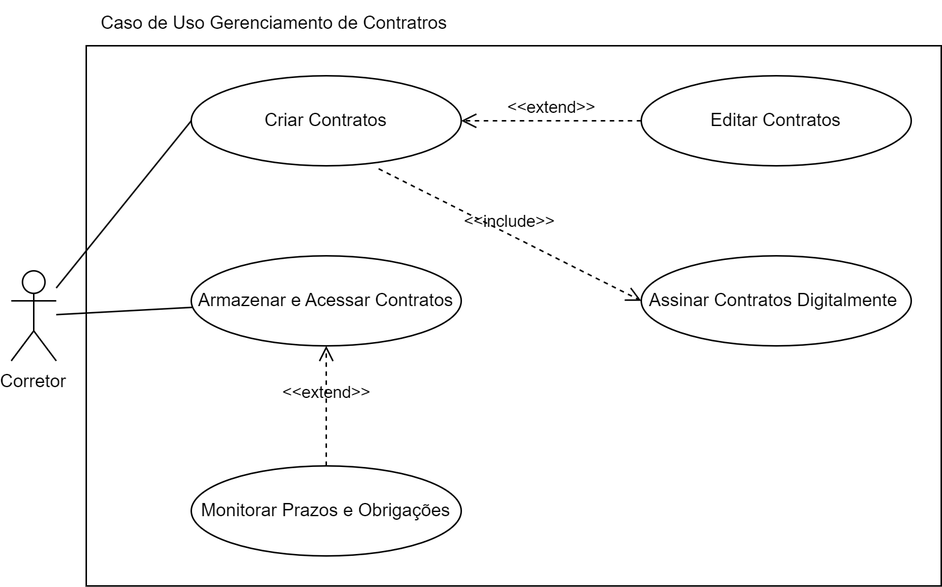
Before: diagrams/casos_de_uso/png/uc_gerenciamento_contratos.drawio.png, a diagram exported from draw.io (israel-bsi/realtyhub). Source tidied: cells renumbered, new cells last; positions are measured from the earlier drawing's top-left corner, leaving out a move shared by most shapes. Its diagram source:
```xml
<mxGraphModel>
  <root>
    <mxCell id="0" />
    <mxCell id="1" parent="0" />
    <mxCell id="2" style="rounded=0;whiteSpace=wrap;html=1;" parent="1" vertex="1">
      <mxGeometry x="50" y="30" width="570" height="360" as="geometry" />
    </mxCell>
    <mxCell id="3" value="Corretor" style="shape=umlActor;verticalLabelPosition=bottom;verticalAlign=top;" parent="1" vertex="1">
      <mxGeometry y="180" width="30" height="60" as="geometry" />
    </mxCell>
    <mxCell id="4" value="Criar Contratos" style="ellipse;whiteSpace=wrap;html=1;" parent="1" vertex="1">
      <mxGeometry x="120" y="50" width="180" height="60" as="geometry" />
    </mxCell>
    <mxCell id="5" value="Assinar Contratos Digitalmente&amp;nbsp;" style="ellipse;whiteSpace=wrap;html=1;" parent="1" vertex="1">
      <mxGeometry x="420" y="170" width="180" height="60" as="geometry" />
    </mxCell>
    <mxCell id="6" value="Armazenar e Acessar Contratos" style="ellipse;whiteSpace=wrap;html=1;" parent="1" vertex="1">
      <mxGeometry x="120" y="170" width="180" height="60" as="geometry" />
    </mxCell>
    <mxCell id="7" value="Monitorar Prazos e Obrigações" style="ellipse;whiteSpace=wrap;html=1;" parent="1" vertex="1">
      <mxGeometry x="120" y="310" width="180" height="60" as="geometry" />
    </mxCell>
    <mxCell id="8" style="endArrow=none;html=1;entryX=0;entryY=0.5;entryDx=0;entryDy=0;" parent="1" edge="1" source="3" target="4">
      <mxGeometry relative="1" as="geometry" />
    </mxCell>
    <mxCell id="9" style="endArrow=none;html=1;" parent="1" edge="1" source="3" target="6">
      <mxGeometry relative="1" as="geometry" />
    </mxCell>
    <mxCell id="10" value="&lt;div&gt;&lt;span style=&quot;background-color: initial;&quot;&gt;Editar Contratos&lt;/span&gt;&lt;br&gt;&lt;/div&gt;" style="ellipse;whiteSpace=wrap;html=1;" parent="1" vertex="1">
      <mxGeometry x="420" y="50" width="180" height="60" as="geometry" />
    </mxCell>
    <mxCell id="11" value="&amp;lt;&amp;lt;extend&amp;gt;&amp;gt;" style="endArrow=open;startArrow=none;endFill=0;startFill=0;endSize=8;html=1;verticalAlign=bottom;dashed=1;labelBackgroundColor=none;rounded=0;exitX=0;exitY=0.5;exitDx=0;exitDy=0;entryX=1;entryY=0.5;entryDx=0;entryDy=0;" parent="1" edge="1" source="10" target="4">
      <mxGeometry relative="1" as="geometry" />
    </mxCell>
    <mxCell id="12" value="&amp;lt;&amp;lt;include&amp;gt;&amp;gt;" style="endArrow=open;startArrow=none;endFill=0;startFill=0;endSize=8;html=1;verticalAlign=bottom;dashed=1;labelBackgroundColor=none;rounded=0;exitX=0.694;exitY=1.033;exitDx=0;exitDy=0;exitPerimeter=0;entryX=0;entryY=0.5;entryDx=0;entryDy=0;" parent="1" edge="1" source="4" target="5">
      <mxGeometry relative="1" as="geometry" />
    </mxCell>
    <mxCell id="13" value="&amp;lt;&amp;lt;extend&amp;gt;&amp;gt;" style="endArrow=open;startArrow=none;endFill=0;startFill=0;endSize=8;html=1;verticalAlign=bottom;dashed=1;labelBackgroundColor=none;rounded=0;exitX=0.5;exitY=0;exitDx=0;exitDy=0;entryX=0.5;entryY=1;entryDx=0;entryDy=0;" parent="1" edge="1" source="7" target="6">
      <mxGeometry relative="1" as="geometry" />
    </mxCell>
    <mxCell id="14" value="Caso de Uso Gerenciamento de Contratros" style="text;html=1;align=center;verticalAlign=middle;strokeColor=none;fillColor=none;" parent="1" vertex="1">
      <mxGeometry x="50" width="250" height="30" as="geometry" />
    </mxCell>
  </root>
</mxGraphModel>
```
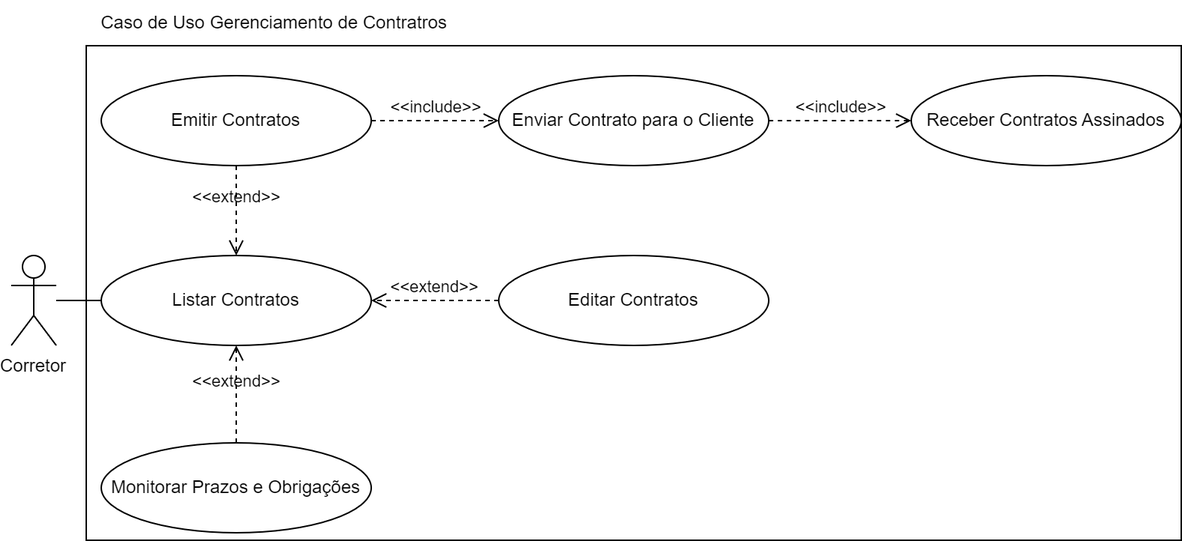
After the change.

Change to the diagram source:
```diff
@@ -2,44 +2,50 @@
   <root>
     <mxCell id="0" />
     <mxCell id="1" parent="0" />
-    <mxCell id="2" style="rounded=0;whiteSpace=wrap;html=1;" parent="1" vertex="1">
-      <mxGeometry x="50" y="30" width="570" height="360" as="geometry" />
-    </mxCell>
+    <mxCell id="15" style="rounded=0;whiteSpace=wrap;html=1;" parent="1" vertex="1">
+      <mxGeometry x="690" y="-60" width="730" height="330" as="geometry" />
+    </mxCell>
     <mxCell id="3" value="Corretor" style="shape=umlActor;verticalLabelPosition=bottom;verticalAlign=top;" parent="1" vertex="1">
-      <mxGeometry y="180" width="30" height="60" as="geometry" />
+      <mxGeometry x="640" y="80" width="30" height="60" as="geometry" />
     </mxCell>
-    <mxCell id="4" value="Criar Contratos" style="ellipse;whiteSpace=wrap;html=1;" parent="1" vertex="1">
-      <mxGeometry x="120" y="50" width="180" height="60" as="geometry" />
-    </mxCell>
-    <mxCell id="5" value="Assinar Contratos Digitalmente&amp;nbsp;" style="ellipse;whiteSpace=wrap;html=1;" parent="1" vertex="1">
-      <mxGeometry x="420" y="170" width="180" height="60" as="geometry" />
-    </mxCell>
-    <mxCell id="6" value="Armazenar e Acessar Contratos" style="ellipse;whiteSpace=wrap;html=1;" parent="1" vertex="1">
-      <mxGeometry x="120" y="170" width="180" height="60" as="geometry" />
-    </mxCell>
+    <mxCell id="16" value="Emitir Contratos" style="ellipse;whiteSpace=wrap;html=1;" parent="1" vertex="1">
+      <mxGeometry x="700" y="-40" width="180" height="60" as="geometry" />
+    </mxCell>
+    <mxCell id="17" value="Enviar Contrato para o Cliente" style="ellipse;whiteSpace=wrap;html=1;" parent="1" vertex="1">
+      <mxGeometry x="965" y="-40" width="180" height="60" as="geometry" />
+    </mxCell>
+    <mxCell id="18" value="Listar Contratos" style="ellipse;whiteSpace=wrap;html=1;" parent="1" vertex="1">
+      <mxGeometry x="700" y="80" width="180" height="60" as="geometry" />
+    </mxCell>
     <mxCell id="7" value="Monitorar Prazos e Obrigações" style="ellipse;whiteSpace=wrap;html=1;" parent="1" vertex="1">
-      <mxGeometry x="120" y="310" width="180" height="60" as="geometry" />
+      <mxGeometry x="700" y="205" width="180" height="60" as="geometry" />
     </mxCell>
-    <mxCell id="8" style="endArrow=none;html=1;entryX=0;entryY=0.5;entryDx=0;entryDy=0;" parent="1" edge="1" source="3" target="4">
-      <mxGeometry relative="1" as="geometry" />
-    </mxCell>
-    <mxCell id="9" style="endArrow=none;html=1;" parent="1" edge="1" source="3" target="6">
-      <mxGeometry relative="1" as="geometry" />
-    </mxCell>
+    <mxCell id="19" style="endArrow=none;html=1;" parent="1" edge="1" source="3" target="18">
+      <mxGeometry relative="1" as="geometry" />
+    </mxCell>
+    <mxCell id="13" value="&amp;lt;&amp;lt;extend&amp;gt;&amp;gt;" style="endArrow=open;startArrow=none;endFill=0;startFill=0;endSize=8;html=1;verticalAlign=bottom;dashed=1;labelBackgroundColor=none;rounded=0;exitX=0.5;exitY=0;exitDx=0;exitDy=0;entryX=0.5;entryY=1;entryDx=0;entryDy=0;" parent="1" edge="1" source="7" target="18">
+      <mxGeometry relative="1" as="geometry" />
+    </mxCell>
+    <mxCell id="14" value="Caso de Uso Gerenciamento de Contratros" style="text;html=1;align=center;verticalAlign=middle;strokeColor=none;fillColor=none;" parent="1" vertex="1">
+      <mxGeometry x="690" y="-90" width="250" height="30" as="geometry" />
+    </mxCell>
+    <mxCell id="20" value="&amp;lt;&amp;lt;extend&amp;gt;&amp;gt;" style="endArrow=open;startArrow=none;endFill=0;startFill=0;endSize=8;html=1;verticalAlign=bottom;dashed=1;labelBackgroundColor=none;rounded=0;exitX=0.5;exitY=1;exitDx=0;exitDy=0;entryX=0.5;entryY=0;entryDx=0;entryDy=0;" parent="1" edge="1" source="16" target="18">
+      <mxGeometry relative="1" as="geometry" />
+    </mxCell>
+    <mxCell id="21" value="&amp;lt;&amp;lt;include&amp;gt;&amp;gt;" style="endArrow=open;startArrow=none;endFill=0;startFill=0;endSize=8;html=1;verticalAlign=bottom;dashed=1;labelBackgroundColor=none;rounded=0;exitX=1;exitY=0.5;exitDx=0;exitDy=0;entryX=0;entryY=0.5;entryDx=0;entryDy=0;" parent="1" edge="1" source="16" target="17">
+      <mxGeometry relative="1" as="geometry" />
+    </mxCell>
+    <mxCell id="22" value="Receber Contratos Assinados" style="ellipse;whiteSpace=wrap;html=1;" parent="1" vertex="1">
+      <mxGeometry x="1240" y="-40" width="180" height="60" as="geometry" />
+    </mxCell>
+    <mxCell id="23" value="&amp;lt;&amp;lt;include&amp;gt;&amp;gt;" style="endArrow=open;startArrow=none;endFill=0;startFill=0;endSize=8;html=1;verticalAlign=bottom;dashed=1;labelBackgroundColor=none;rounded=0;exitX=1;exitY=0.5;exitDx=0;exitDy=0;entryX=0;entryY=0.5;entryDx=0;entryDy=0;" parent="1" edge="1" source="17" target="22">
+      <mxGeometry relative="1" as="geometry" />
+    </mxCell>
     <mxCell id="10" value="&lt;div&gt;&lt;span style=&quot;background-color: initial;&quot;&gt;Editar Contratos&lt;/span&gt;&lt;br&gt;&lt;/div&gt;" style="ellipse;whiteSpace=wrap;html=1;" parent="1" vertex="1">
-      <mxGeometry x="420" y="50" width="180" height="60" as="geometry" />
+      <mxGeometry x="965" y="80" width="180" height="60" as="geometry" />
     </mxCell>
-    <mxCell id="11" value="&amp;lt;&amp;lt;extend&amp;gt;&amp;gt;" style="endArrow=open;startArrow=none;endFill=0;startFill=0;endSize=8;html=1;verticalAlign=bottom;dashed=1;labelBackgroundColor=none;rounded=0;exitX=0;exitY=0.5;exitDx=0;exitDy=0;entryX=1;entryY=0.5;entryDx=0;entryDy=0;" parent="1" edge="1" source="10" target="4">
+    <mxCell id="11" value="&amp;lt;&amp;lt;extend&amp;gt;&amp;gt;" style="endArrow=open;startArrow=none;endFill=0;startFill=0;endSize=8;html=1;verticalAlign=bottom;dashed=1;labelBackgroundColor=none;rounded=0;exitX=0;exitY=0.5;exitDx=0;exitDy=0;entryX=1;entryY=0.5;entryDx=0;entryDy=0;" parent="1" edge="1" source="10" target="18">
       <mxGeometry relative="1" as="geometry" />
     </mxCell>
-    <mxCell id="12" value="&amp;lt;&amp;lt;include&amp;gt;&amp;gt;" style="endArrow=open;startArrow=none;endFill=0;startFill=0;endSize=8;html=1;verticalAlign=bottom;dashed=1;labelBackgroundColor=none;rounded=0;exitX=0.694;exitY=1.033;exitDx=0;exitDy=0;exitPerimeter=0;entryX=0;entryY=0.5;entryDx=0;entryDy=0;" parent="1" edge="1" source="4" target="5">
-      <mxGeometry relative="1" as="geometry" />
-    </mxCell>
-    <mxCell id="13" value="&amp;lt;&amp;lt;extend&amp;gt;&amp;gt;" style="endArrow=open;startArrow=none;endFill=0;startFill=0;endSize=8;html=1;verticalAlign=bottom;dashed=1;labelBackgroundColor=none;rounded=0;exitX=0.5;exitY=0;exitDx=0;exitDy=0;entryX=0.5;entryY=1;entryDx=0;entryDy=0;" parent="1" edge="1" source="7" target="6">
-      <mxGeometry relative="1" as="geometry" />
-    </mxCell>
-    <mxCell id="14" value="Caso de Uso Gerenciamento de Contratros" style="text;html=1;align=center;verticalAlign=middle;strokeColor=none;fillColor=none;" parent="1" vertex="1">
-      <mxGeometry x="50" width="250" height="30" as="geometry" />
-    </mxCell>
   </root>
 </mxGraphModel>
```
